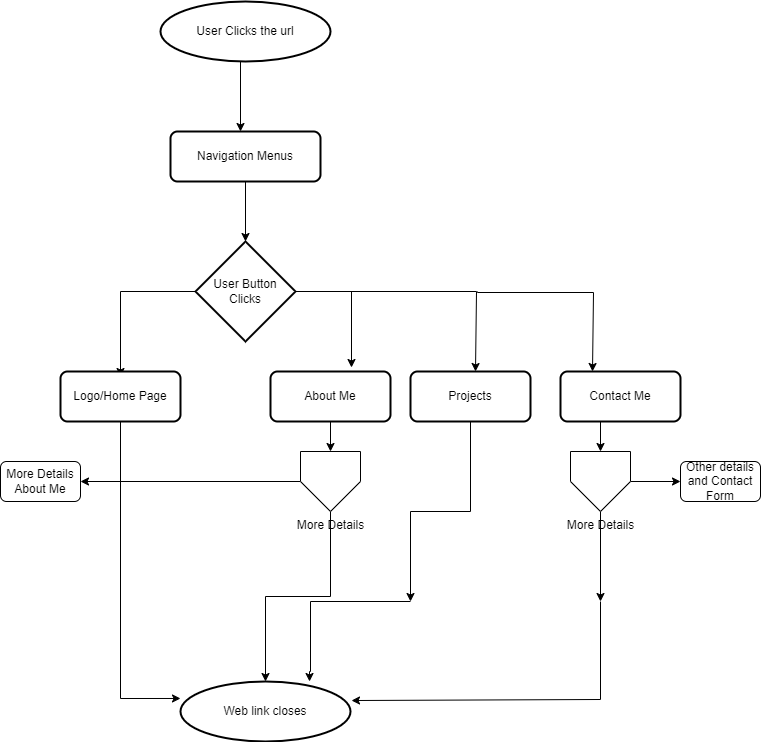
Earlier version of the draw.io export Assets/workflow/my_workflow.png (SamuelOkoduwa/alx_capstone_project). Source tidied: cells renumbered, new cells last; positions are measured from the earlier drawing's top-left corner, leaving out a move shared by most shapes.
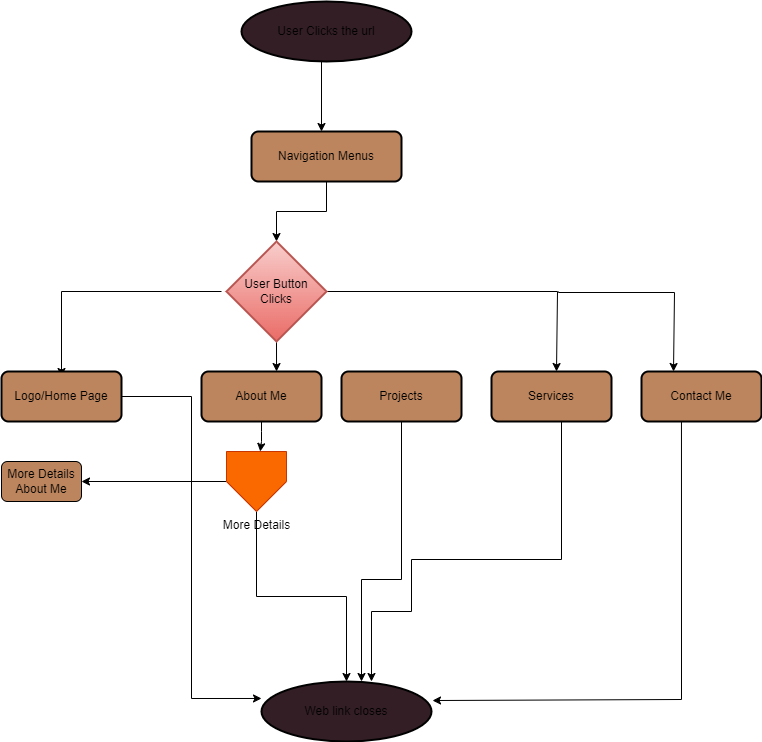
After the commit.

Change to the diagram source:
```diff
@@ -4,8 +4,8 @@
     <mxCell id="1" parent="0" />
     <mxCell id="2" style="edgeStyle=orthogonalEdgeStyle;rounded=0;orthogonalLoop=1;jettySize=auto;html=1;" parent="1" edge="1">
       <mxGeometry relative="1" as="geometry">
-        <mxPoint x="195" y="290" as="sourcePoint" />
-        <mxPoint x="120" y="375" as="targetPoint" />
+        <mxPoint x="140" y="290" as="sourcePoint" />
+        <mxPoint x="-20" y="375" as="targetPoint" />
       </mxGeometry>
     </mxCell>
     <mxCell id="3" style="edgeStyle=orthogonalEdgeStyle;rounded=0;orthogonalLoop=1;jettySize=auto;html=1;" parent="1" edge="1">
@@ -17,7 +17,7 @@
     <mxCell id="4" style="edgeStyle=orthogonalEdgeStyle;rounded=0;jettySize=auto;html=1;entryX=0.5;entryY=0;entryDx=0;entryDy=0;entryPerimeter=0;" parent="1" edge="1" source="5" target="9">
       <mxGeometry relative="1" as="geometry" />
     </mxCell>
-    <mxCell id="5" value="Navigation Menus" style="rounded=1;whiteSpace=wrap;html=1;absoluteArcSize=1;arcSize=14;strokeWidth=2;" parent="1" vertex="1">
+    <mxCell id="5" value="Navigation Menus" style="rounded=1;whiteSpace=wrap;html=1;absoluteArcSize=1;arcSize=14;strokeWidth=2;fillColor=#BC855D;" parent="1" vertex="1">
       <mxGeometry x="170" y="130" width="150" height="50" as="geometry" />
     </mxCell>
     <mxCell id="6" style="edgeStyle=orthogonalEdgeStyle;rounded=0;orthogonalLoop=1;jettySize=auto;html=1;" parent="1" edge="1">
@@ -30,43 +30,39 @@
         </Array>
       </mxGeometry>
     </mxCell>
-    <mxCell id="7" style="edgeStyle=orthogonalEdgeStyle;rounded=0;orthogonalLoop=1;jettySize=auto;html=1;" parent="1" edge="1">
+    <mxCell id="7" style="edgeStyle=orthogonalEdgeStyle;rounded=0;jettySize=auto;html=1;exitX=1;exitY=0.5;exitDx=0;exitDy=0;exitPerimeter=0;" parent="1" edge="1" source="9">
       <mxGeometry relative="1" as="geometry">
-        <mxPoint x="350" y="290" as="sourcePoint" />
         <mxPoint x="475" y="370" as="targetPoint" />
         <Array as="points">
           <mxPoint x="476" y="290" />
         </Array>
       </mxGeometry>
     </mxCell>
-    <mxCell id="8" style="edgeStyle=orthogonalEdgeStyle;rounded=0;jettySize=auto;html=1;entryX=0.675;entryY=-0.08;entryDx=0;entryDy=0;entryPerimeter=0;" parent="1" edge="1" source="9" target="12">
-      <mxGeometry relative="1" as="geometry">
-        <Array as="points">
-          <mxPoint x="351" y="290" />
-        </Array>
-      </mxGeometry>
-    </mxCell>
+    <mxCell id="32" style="edgeStyle=none;html=1;entryX=0.542;entryY=0.2;entryDx=0;entryDy=0;entryPerimeter=0;exitX=0.5;exitY=1;exitDx=0;exitDy=0;exitPerimeter=0;" parent="1" edge="1" source="9">
+      <mxGeometry relative="1" as="geometry">
+        <mxPoint x="195" y="370" as="targetPoint" />
+      </mxGeometry>
+    </mxCell>
-    <mxCell id="9" value="User Button Clicks" style="strokeWidth=2;html=1;shape=mxgraph.flowchart.decision;whiteSpace=wrap;" parent="1" vertex="1">
-      <mxGeometry x="195" y="240" width="100" height="100" as="geometry" />
+    <mxCell id="9" value="User Button Clicks" style="strokeWidth=2;html=1;shape=mxgraph.flowchart.decision;whiteSpace=wrap;fillColor=#f8cecc;gradientColor=#ea6b66;strokeColor=#b85450;" parent="1" vertex="1">
+      <mxGeometry x="145" y="240" width="100" height="100" as="geometry" />
     </mxCell>
-    <mxCell id="10" value="Logo/Home Page" style="rounded=1;whiteSpace=wrap;html=1;absoluteArcSize=1;arcSize=14;strokeWidth=2;" parent="1" vertex="1">
-      <mxGeometry x="60" y="370" width="120" height="50" as="geometry" />
+    <mxCell id="10" value="Logo/Home Page" style="rounded=1;whiteSpace=wrap;html=1;absoluteArcSize=1;arcSize=14;strokeWidth=2;fillColor=#BC855D;" parent="1" vertex="1">
+      <mxGeometry x="-80" y="370" width="120" height="50" as="geometry" />
     </mxCell>
-    <mxCell id="11" style="edgeStyle=orthogonalEdgeStyle;rounded=0;jettySize=auto;html=1;" parent="1" edge="1" source="12">
-      <mxGeometry relative="1" as="geometry">
-        <mxPoint x="330" y="450" as="targetPoint" />
-      </mxGeometry>
-    </mxCell>
+    <mxCell id="33" style="edgeStyle=none;html=1;" parent="1" edge="1" source="12" target="18">
+      <mxGeometry relative="1" as="geometry">
+        <Array as="points">
+          <mxPoint x="180" y="440" />
+        </Array>
+      </mxGeometry>
+    </mxCell>
-    <mxCell id="12" value="About Me" style="rounded=1;whiteSpace=wrap;html=1;absoluteArcSize=1;arcSize=14;strokeWidth=2;" parent="1" vertex="1">
-      <mxGeometry x="270" y="370" width="120" height="50" as="geometry" />
+    <mxCell id="12" value="About Me" style="rounded=1;whiteSpace=wrap;html=1;absoluteArcSize=1;arcSize=14;strokeWidth=2;fillColor=#BC855D;" parent="1" vertex="1">
+      <mxGeometry x="120" y="370" width="120" height="50" as="geometry" />
     </mxCell>
-    <mxCell id="13" style="edgeStyle=orthogonalEdgeStyle;rounded=0;jettySize=auto;html=1;entryX=1;entryY=0;entryDx=0;entryDy=0;" parent="1" edge="1" source="14" target="27">
-      <mxGeometry relative="1" as="geometry" />
-    </mxCell>
-    <mxCell id="14" value="Projects" style="rounded=1;whiteSpace=wrap;html=1;absoluteArcSize=1;arcSize=14;strokeWidth=2;" parent="1" vertex="1">
+    <mxCell id="14" value="Services" style="rounded=1;whiteSpace=wrap;html=1;absoluteArcSize=1;arcSize=14;strokeWidth=2;fillColor=#BC855D;" parent="1" vertex="1">
       <mxGeometry x="410" y="370" width="120" height="50" as="geometry" />
     </mxCell>
-    <mxCell id="15" value="Contact Me" style="rounded=1;whiteSpace=wrap;html=1;absoluteArcSize=1;arcSize=14;strokeWidth=2;" parent="1" vertex="1">
+    <mxCell id="15" value="Contact Me" style="rounded=1;whiteSpace=wrap;html=1;absoluteArcSize=1;arcSize=14;strokeWidth=2;fillColor=#BC855D;" parent="1" vertex="1">
       <mxGeometry x="560" y="370" width="120" height="50" as="geometry" />
     </mxCell>
     <mxCell id="16" style="edgeStyle=orthogonalEdgeStyle;rounded=0;jettySize=auto;html=1;" parent="1" edge="1" source="18" target="24">
@@ -75,32 +71,13 @@
     <mxCell id="17" style="edgeStyle=none;html=1;" parent="1" edge="1" source="18" target="30">
       <mxGeometry relative="1" as="geometry" />
     </mxCell>
-    <mxCell id="18" value="More Details" style="verticalLabelPosition=bottom;verticalAlign=top;html=1;shape=offPageConnector;rounded=0;size=0.5;" parent="1" vertex="1">
-      <mxGeometry x="300" y="450" width="60" height="60" as="geometry" />
+    <mxCell id="18" value="More Details" style="verticalLabelPosition=bottom;verticalAlign=top;html=1;shape=offPageConnector;rounded=0;size=0.5;fillColor=#fa6800;fontColor=#000000;strokeColor=#C73500;" parent="1" vertex="1">
+      <mxGeometry x="145" y="450" width="60" height="60" as="geometry" />
     </mxCell>
-    <mxCell id="19" style="edgeStyle=orthogonalEdgeStyle;rounded=0;orthogonalLoop=1;jettySize=auto;html=1;" parent="1" edge="1">
-      <mxGeometry relative="1" as="geometry">
-        <mxPoint x="600" y="420" as="sourcePoint" />
-        <mxPoint x="600" y="450" as="targetPoint" />
-      </mxGeometry>
-    </mxCell>
-    <mxCell id="20" style="edgeStyle=orthogonalEdgeStyle;rounded=0;jettySize=auto;html=1;exitX=0.5;exitY=1;exitDx=0;exitDy=0;" parent="1" edge="1" source="22">
-      <mxGeometry relative="1" as="geometry">
-        <mxPoint x="600" y="600" as="targetPoint" />
-      </mxGeometry>
-    </mxCell>
-    <mxCell id="21" style="edgeStyle=none;html=1;" parent="1" edge="1" source="22">
-      <mxGeometry relative="1" as="geometry">
-        <mxPoint x="680" y="480" as="targetPoint" />
-      </mxGeometry>
-    </mxCell>
-    <mxCell id="22" value="More Details" style="verticalLabelPosition=bottom;verticalAlign=top;html=1;shape=offPageConnector;rounded=0;size=0.5;" parent="1" vertex="1">
-      <mxGeometry x="570" y="450" width="60" height="60" as="geometry" />
-    </mxCell>
-    <mxCell id="23" value="User Clicks the url" style="strokeWidth=2;html=1;shape=mxgraph.flowchart.start_1;whiteSpace=wrap;" parent="1" vertex="1">
+    <mxCell id="23" value="User Clicks the url" style="strokeWidth=2;html=1;shape=mxgraph.flowchart.start_1;whiteSpace=wrap;fillColor=#331E25;" parent="1" vertex="1">
       <mxGeometry x="160" width="170" height="60" as="geometry" />
     </mxCell>
-    <mxCell id="24" value="Web link closes" style="strokeWidth=2;html=1;shape=mxgraph.flowchart.start_1;whiteSpace=wrap;" parent="1" vertex="1">
+    <mxCell id="24" value="Web link closes" style="strokeWidth=2;html=1;shape=mxgraph.flowchart.start_1;whiteSpace=wrap;fillColor=#331E25;" parent="1" vertex="1">
       <mxGeometry x="180" y="680" width="170" height="60" as="geometry" />
     </mxCell>
     <mxCell id="25" style="edgeStyle=orthogonalEdgeStyle;rounded=0;orthogonalLoop=1;jettySize=auto;html=1;exitX=0.5;exitY=1;exitDx=0;exitDy=0;" parent="1" edge="1">
@@ -109,28 +86,41 @@
         <mxPoint x="540" y="650" as="targetPoint" />
       </mxGeometry>
     </mxCell>
-    <mxCell id="26" style="edgeStyle=orthogonalEdgeStyle;rounded=0;jettySize=auto;html=1;entryX=1.006;entryY=0.317;entryDx=0;entryDy=0;entryPerimeter=0;" parent="1" edge="1" target="24">
+    <mxCell id="26" style="edgeStyle=orthogonalEdgeStyle;rounded=0;jettySize=auto;html=1;entryX=1.006;entryY=0.317;entryDx=0;entryDy=0;entryPerimeter=0;exitX=0.333;exitY=1;exitDx=0;exitDy=0;exitPerimeter=0;" parent="1" edge="1" source="15" target="24">
       <mxGeometry relative="1" as="geometry">
-        <mxPoint x="600" y="600" as="sourcePoint" />
         <Array as="points">
           <mxPoint x="600" y="698" />
         </Array>
       </mxGeometry>
     </mxCell>
-    <mxCell id="27" style="shape=partialRectangle;whiteSpace=wrap;html=1;bottom=0;right=0;fillColor=none;" parent="1" vertex="1">
-      <mxGeometry x="310" y="600" width="100" height="70" as="geometry" />
-    </mxCell>
-    <mxCell id="28" style="edgeStyle=orthogonalEdgeStyle;rounded=0;jettySize=auto;html=1;exitX=0;exitY=1;exitDx=0;exitDy=0;entryX=0.759;entryY=0;entryDx=0;entryDy=0;entryPerimeter=0;" parent="1" edge="1" source="27" target="24">
-      <mxGeometry relative="1" as="geometry" />
-    </mxCell>
     <mxCell id="29" style="edgeStyle=orthogonalEdgeStyle;rounded=0;jettySize=auto;html=1;entryX=0;entryY=0.283;entryDx=0;entryDy=0;entryPerimeter=0;" parent="1" edge="1" source="10" target="24">
       <mxGeometry relative="1" as="geometry" />
     </mxCell>
-    <mxCell id="30" value="More Details About Me" style="rounded=1;whiteSpace=wrap;html=1;" parent="1" vertex="1">
-      <mxGeometry y="460" width="80" height="40" as="geometry" />
+    <mxCell id="30" value="More Details About Me" style="rounded=1;whiteSpace=wrap;html=1;fillColor=#BC855D;" parent="1" vertex="1">
+      <mxGeometry x="-80" y="460" width="80" height="40" as="geometry" />
     </mxCell>
-    <mxCell id="31" value="Other details and Contact Form" style="rounded=1;whiteSpace=wrap;html=1;" parent="1" vertex="1">
-      <mxGeometry x="680" y="460" width="80" height="40" as="geometry" />
-    </mxCell>
+    <mxCell id="34" value="Projects" style="rounded=1;whiteSpace=wrap;html=1;absoluteArcSize=1;arcSize=14;strokeWidth=2;fillColor=#BC855D;" parent="1" vertex="1">
+      <mxGeometry x="260" y="370" width="120" height="50" as="geometry" />
+    </mxCell>
+    <mxCell id="35" style="edgeStyle=orthogonalEdgeStyle;rounded=0;jettySize=auto;html=1;exitX=0.5;exitY=1;exitDx=0;exitDy=0;exitPerimeter=0;" parent="1" edge="1" source="34">
+      <mxGeometry relative="1" as="geometry">
+        <mxPoint x="280" y="680" as="targetPoint" />
+        <Array as="points">
+          <mxPoint x="320" y="578" />
+          <mxPoint x="280" y="578" />
+        </Array>
+      </mxGeometry>
+    </mxCell>
+    <mxCell id="36" style="edgeStyle=orthogonalEdgeStyle;rounded=0;jettySize=auto;html=1;entryX=0.647;entryY=0;entryDx=0;entryDy=0;entryPerimeter=0;" parent="1" edge="1" target="24">
+      <mxGeometry relative="1" as="geometry">
+        <mxPoint x="480" y="420" as="sourcePoint" />
+        <Array as="points">
+          <mxPoint x="480" y="558" />
+          <mxPoint x="330" y="558" />
+          <mxPoint x="330" y="610" />
+          <mxPoint x="290" y="610" />
+        </Array>
+      </mxGeometry>
+    </mxCell>
   </root>
 </mxGraphModel>
```
